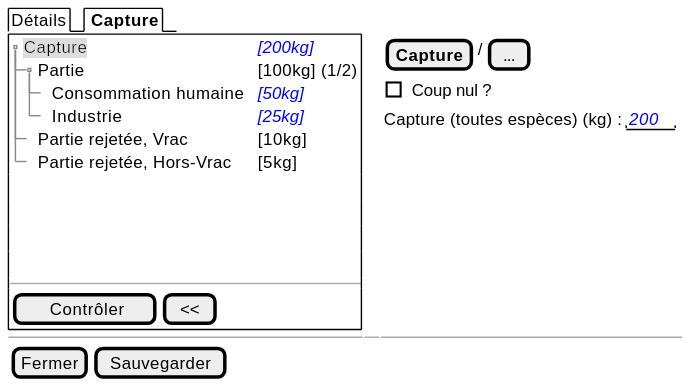
This is projects/obsmer/spe/images/batch/batch-tree-control.svg from sumaris-net/sumaris-doc, a PlantUML export, as it was before one commit. Its source is kept beside it as projects/obsmer/spe/images/batch/batch-tree-control.puml.
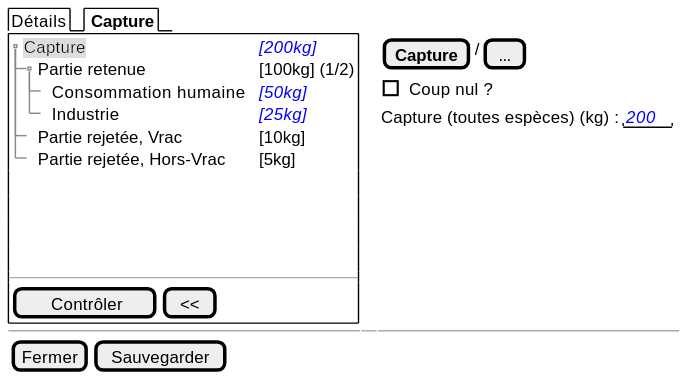
After the change.

What changed in the source:
```diff
@@ -4,7 +4,7 @@
   {+
     {T
          + <back:#DDD>Capture         | <i><color:blue>[200kg]
-         ++ Partie       | [100kg] (1/2)
+         ++ Partie retenue       | [100kg] (1/2)
        +++ Consommation humaine | <i><color:blue>[50kg]
        +++ Industrie | <i><color:blue>[25kg]
          ++ Partie rejetée, Vrac      | [10kg]
```
